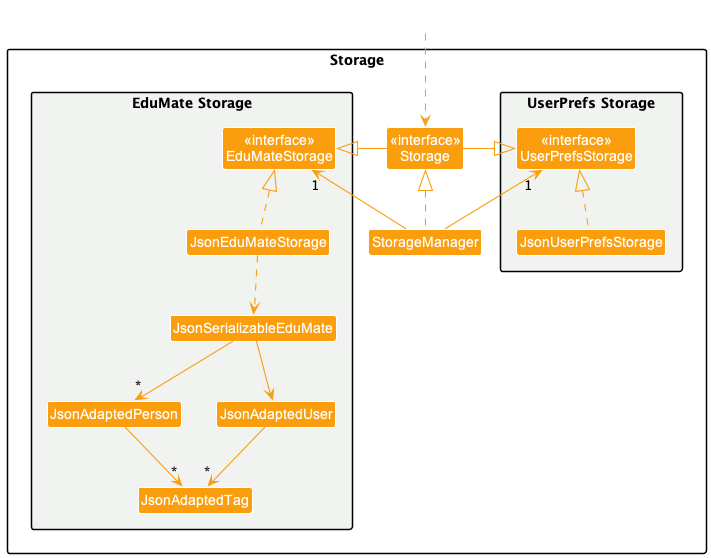
This is docs/images/StorageClassDiagram.png from nus-cs2103-AY2223S2/tp, a PlantUML export, as it was before one commit.
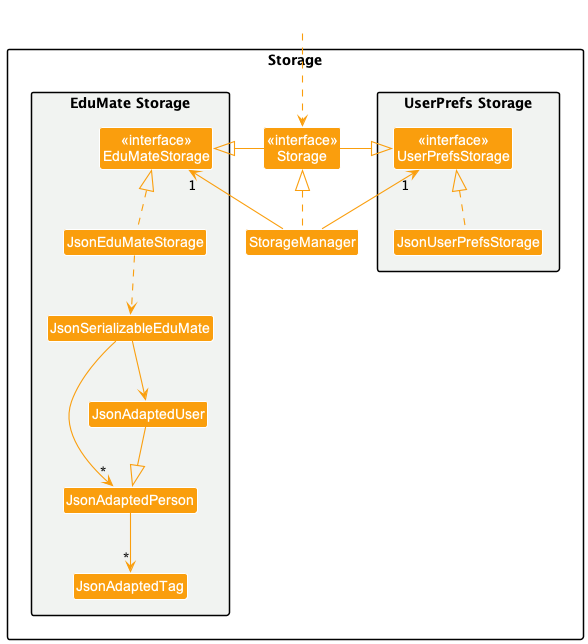
Later version of the same file.

Commit message:
Edit Storage Class Diagram to have proper inheritance

What changed in the source:
```diff
@@ -41,6 +41,6 @@
 JsonSerializableEduMate --> "*" JsonAdaptedPerson
 JsonSerializableEduMate --> JsonAdaptedUser
 JsonAdaptedPerson --> "*" JsonAdaptedTag
-JsonAdaptedUser --> "*" JsonAdaptedTag
+JsonAdaptedUser --|> JsonAdaptedPerson
 
 @enduml
```
